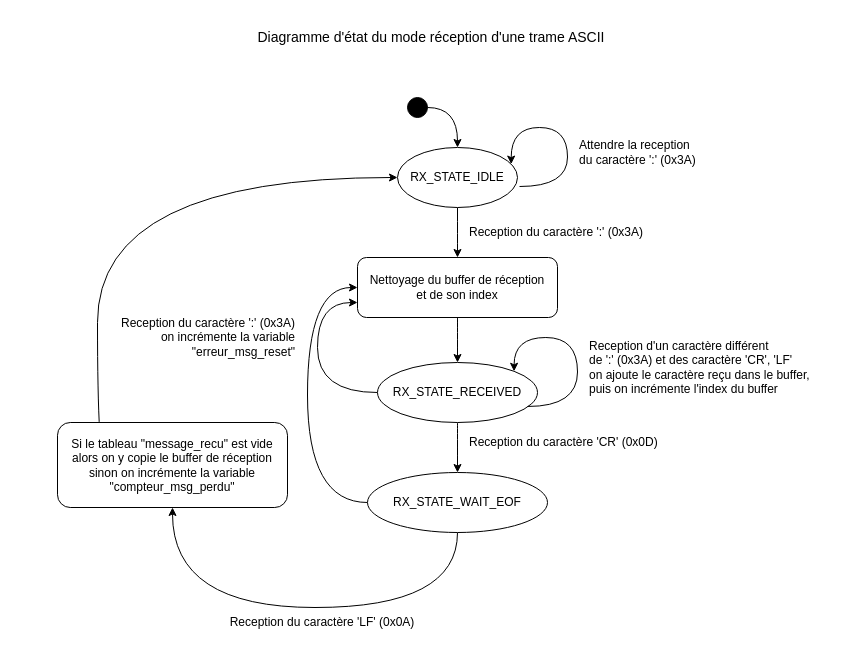
This is graphe_etats.drawio from Artilect-FabTronic/Arduino-Machine-A-Etats, a draw.io file, before an edit. Source tidied: cells renumbered, new cells numbered last; positions are measured from the earlier drawing's top-left corner, leaving out a move shared by most shapes. Both pictures are drawn from the tidied source at 100%, with x=0, y=0 at pixel (57, 17).
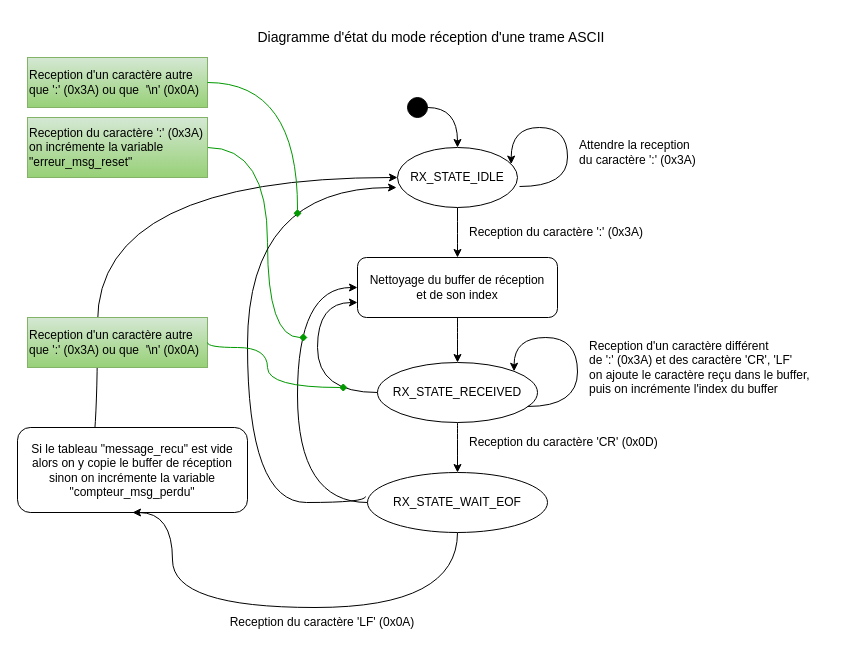
After the change.

The change refers to these unchanged cells:
```xml
<mxCell id="5" value="RX_STATE_IDLE" style="ellipse;whiteSpace=wrap;html=1;rounded=1;" parent="1" vertex="1">
  <mxGeometry x="340" y="130" width="120" height="60" as="geometry" />
</mxCell>
<mxCell id="10" value="&lt;span&gt;RX_STATE_WAIT_EOF&lt;br&gt;&lt;/span&gt;" style="ellipse;whiteSpace=wrap;html=1;rounded=1;" parent="1" vertex="1">
  <mxGeometry x="310" y="455" width="180" height="60" as="geometry" />
</mxCell>
<mxCell id="22" value="&lt;span style=&quot;text-align: left&quot;&gt;Nettoyage du buffer&amp;nbsp;&lt;/span&gt;&lt;span style=&quot;text-align: left&quot;&gt;de réception&lt;/span&gt;&lt;span style=&quot;text-align: left&quot;&gt;&lt;br&gt;et de son index&lt;/span&gt;" style="whiteSpace=wrap;html=1;rounded=1;" parent="1" vertex="1">
  <mxGeometry x="300" y="240" width="200" height="60" as="geometry" />
</mxCell>
```

The edit, as a diff of the source:
```diff
@@
     <mxCell id="7" value="&lt;span&gt;Si le tableau&amp;nbsp;&quot;message_recu&quot;&amp;nbsp;est vide&lt;br&gt;alors on y copie le buffer de réception&lt;br&gt;sinon&amp;nbsp;on incrémente la variable &quot;compteur_msg_perdu&quot;&lt;br&gt;&lt;/span&gt;" style="whiteSpace=wrap;html=1;rounded=1;" parent="1" vertex="1">
-      <mxGeometry y="405" width="230" height="85" as="geometry" />
+      <mxGeometry x="-40" y="410" width="230" height="85" as="geometry" />
     </mxCell>
@@
     <mxCell id="9" style="edgeStyle=orthogonalEdgeStyle;curved=1;rounded=0;jettySize=auto;html=1;exitX=0;exitY=0.5;exitDx=0;exitDy=0;entryX=0;entryY=0.5;entryDx=0;entryDy=0;startArrow=none;startFill=0;" parent="1" edge="1" source="10" target="22">
       <mxGeometry relative="1" as="geometry">
         <Array as="points">
-          <mxPoint x="250" y="485" />
-          <mxPoint x="250" y="270" />
+          <mxPoint x="240" y="485" />
+          <mxPoint x="240" y="270" />
         </Array>
       </mxGeometry>
     </mxCell>
@@
+    <mxCell id="26" style="edgeStyle=orthogonalEdgeStyle;curved=1;rounded=0;jettySize=auto;html=1;fontFamily=Times New Roman;endArrow=diamond;endFill=1;strokeColor=#009900;" parent="1" edge="1" source="23">
+      <mxGeometry relative="1" as="geometry">
+        <mxPoint x="250" y="320" as="targetPoint" />
+        <Array as="points">
+          <mxPoint x="210" y="130" />
+          <mxPoint x="210" y="320" />
+        </Array>
+      </mxGeometry>
+    </mxCell>
-    <mxCell id="23" value="Reception du caractère ':' (0x3A)&lt;br&gt;on incrémente la variable &quot;erreur_msg_reset&quot;" style="text;html=1;strokeColor=none;fillColor=none;align=right;verticalAlign=middle;whiteSpace=wrap;rounded=0;" parent="1" vertex="1">
-      <mxGeometry x="60" y="290" width="180" height="60" as="geometry" />
+    <mxCell id="23" value="Reception du caractère ':' (0x3A)&lt;br&gt;on incrémente la variable &quot;erreur_msg_reset&quot;" style="text;html=1;fillColor=#d5e8d4;align=left;verticalAlign=middle;whiteSpace=wrap;rounded=0;strokeColor=#82b366;gradientColor=#97d077;fontColor=#000000;" parent="1" vertex="1">
+      <mxGeometry x="-30" y="100" width="180" height="60" as="geometry" />
     </mxCell>
@@
+    <mxCell id="27" style="edgeStyle=orthogonalEdgeStyle;curved=1;rounded=0;jettySize=auto;html=1;exitX=-0.011;exitY=0.4;exitDx=0;exitDy=0;entryX=-0.008;entryY=0.667;entryDx=0;entryDy=0;startArrow=none;startFill=0;entryPerimeter=0;exitPerimeter=0;" parent="1" edge="1" source="10" target="5">
+      <mxGeometry relative="1" as="geometry">
+        <Array as="points">
+          <mxPoint x="308" y="485" />
+          <mxPoint x="190" y="485" />
+          <mxPoint x="190" y="170" />
+        </Array>
+      </mxGeometry>
+    </mxCell>
+    <mxCell id="28" value="Reception d'un caractère autre que ':' (0x3A) ou que&amp;nbsp;&amp;nbsp;'\n' (0x0A)" style="text;html=1;fillColor=#d5e8d4;align=left;verticalAlign=middle;whiteSpace=wrap;rounded=0;strokeColor=#82b366;gradientColor=#97d077;fontColor=#000000;" parent="1" vertex="1">
+      <mxGeometry x="-30" y="40" width="180" height="50" as="geometry" />
+    </mxCell>
+    <mxCell id="29" style="edgeStyle=orthogonalEdgeStyle;curved=1;rounded=0;jettySize=auto;html=1;fontFamily=Times New Roman;endArrow=diamond;endFill=1;exitX=1;exitY=0.5;exitDx=0;exitDy=0;strokeColor=#009900;" parent="1" edge="1" source="28">
+      <mxGeometry relative="1" as="geometry">
+        <mxPoint x="240" y="200" as="targetPoint" />
+      </mxGeometry>
+    </mxCell>
+    <mxCell id="30" value="Reception d'un caractère autre que ':' (0x3A) ou que&amp;nbsp;&amp;nbsp;'\n' (0x0A)" style="text;html=1;fillColor=#d5e8d4;align=left;verticalAlign=middle;whiteSpace=wrap;rounded=0;strokeColor=#82b366;gradientColor=#97d077;fontColor=#000000;" parent="1" vertex="1">
+      <mxGeometry x="-30" y="300" width="180" height="50" as="geometry" />
+    </mxCell>
+    <mxCell id="31" style="edgeStyle=orthogonalEdgeStyle;curved=1;rounded=0;jettySize=auto;html=1;fontFamily=Times New Roman;endArrow=diamond;endFill=1;exitX=1;exitY=0.5;exitDx=0;exitDy=0;fontColor=#009900;strokeColor=#009900;" parent="1" edge="1" source="30">
+      <mxGeometry relative="1" as="geometry">
+        <mxPoint x="290" y="370" as="targetPoint" />
+        <Array as="points">
+          <mxPoint x="150" y="330" />
+          <mxPoint x="210" y="330" />
+          <mxPoint x="210" y="370" />
+        </Array>
+      </mxGeometry>
+    </mxCell>
```
